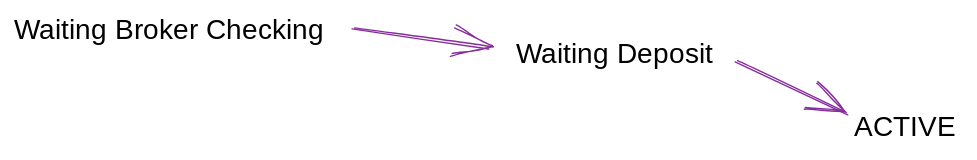
The Excalidraw diagram broker-service/docs/accountStatusflow.excalidraw.svg in jonasalessi/stock-market-simulation, before a commit. Source tidied: one line per element, renumbered; positions are measured from the earlier drawing's top-left corner, leaving out a move shared by most shapes. The source it was exported from:
```json
{"id": 0, "type": "text", "text": "Waiting Broker Checking", "strokeColor": "#000000", "strokeWidth": 1, "roughness": 1, "fontSize": 20, "fontFamily": 1, "x": 0, "y": 0, "width": 229, "height": 25}
{"id": 1, "type": "text", "text": "Waiting Deposit", "strokeColor": "#000000", "strokeWidth": 1, "roughness": 1, "fontSize": 20, "fontFamily": 1, "x": 359, "y": 17, "width": 153, "height": 25}
{"id": 2, "type": "text", "text": "ACTIVE", "strokeColor": "#000000", "strokeWidth": 1, "roughness": 1, "fontSize": 20, "fontFamily": 1, "x": 600, "y": 69, "width": 78, "height": 25}
{"id": 3, "type": "arrow", "strokeColor": "#862e9c", "strokeWidth": 1, "roughness": 1, "endArrowhead": "arrow", "from": 0, "x": 242, "y": 10, "width": 98, "height": 14, "points": [[0, 0], [98, 14]]}
{"id": 4, "type": "arrow", "strokeColor": "#862e9c", "strokeWidth": 1, "roughness": 1, "endArrowhead": "arrow", "from": 1, "to": 2, "x": 516, "y": 34, "width": 80, "height": 37, "points": [[0, 0], [80, 37]]}
```
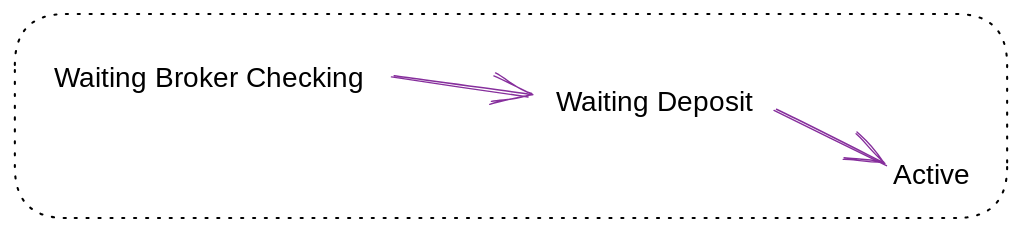
After the change.

The edit, as a diff of the source:
```diff
@@ -1,5 +1,6 @@
 {"id": 0, "type": "text", "text": "Waiting Broker Checking", "strokeColor": "#000000", "strokeWidth": 1, "roughness": 1, "fontSize": 20, "fontFamily": 1, "x": 0, "y": 0, "width": 229, "height": 25}
 {"id": 1, "type": "text", "text": "Waiting Deposit", "strokeColor": "#000000", "strokeWidth": 1, "roughness": 1, "fontSize": 20, "fontFamily": 1, "x": 359, "y": 17, "width": 153, "height": 25}
-{"id": 2, "type": "text", "text": "ACTIVE", "strokeColor": "#000000", "strokeWidth": 1, "roughness": 1, "fontSize": 20, "fontFamily": 1, "x": 600, "y": 69, "width": 78, "height": 25}
+{"id": 2, "type": "text", "text": "Active", "strokeColor": "#000000", "strokeWidth": 1, "roughness": 1, "fontSize": 20, "fontFamily": 1, "x": 600, "y": 69, "width": 61, "height": 25}
 {"id": 3, "type": "arrow", "strokeColor": "#862e9c", "strokeWidth": 1, "roughness": 1, "endArrowhead": "arrow", "from": 0, "x": 242, "y": 10, "width": 98, "height": 14, "points": [[0, 0], [98, 14]]}
-{"id": 4, "type": "arrow", "strokeColor": "#862e9c", "strokeWidth": 1, "roughness": 1, "endArrowhead": "arrow", "from": 1, "to": 2, "x": 516, "y": 34, "width": 80, "height": 37, "points": [[0, 0], [80, 37]]}
+{"id": 4, "type": "arrow", "strokeColor": "#862e9c", "strokeWidth": 1, "roughness": 1, "endArrowhead": "arrow", "from": 1, "to": 2, "x": 516, "y": 34, "width": 80, "height": 39, "points": [[0, 0], [80, 39]]}
+{"id": 5, "type": "rectangle", "strokeColor": "#000000", "strokeWidth": 1, "strokeStyle": "dotted", "roughness": 0, "x": -28, "y": -34, "width": 710, "height": 146}
```
